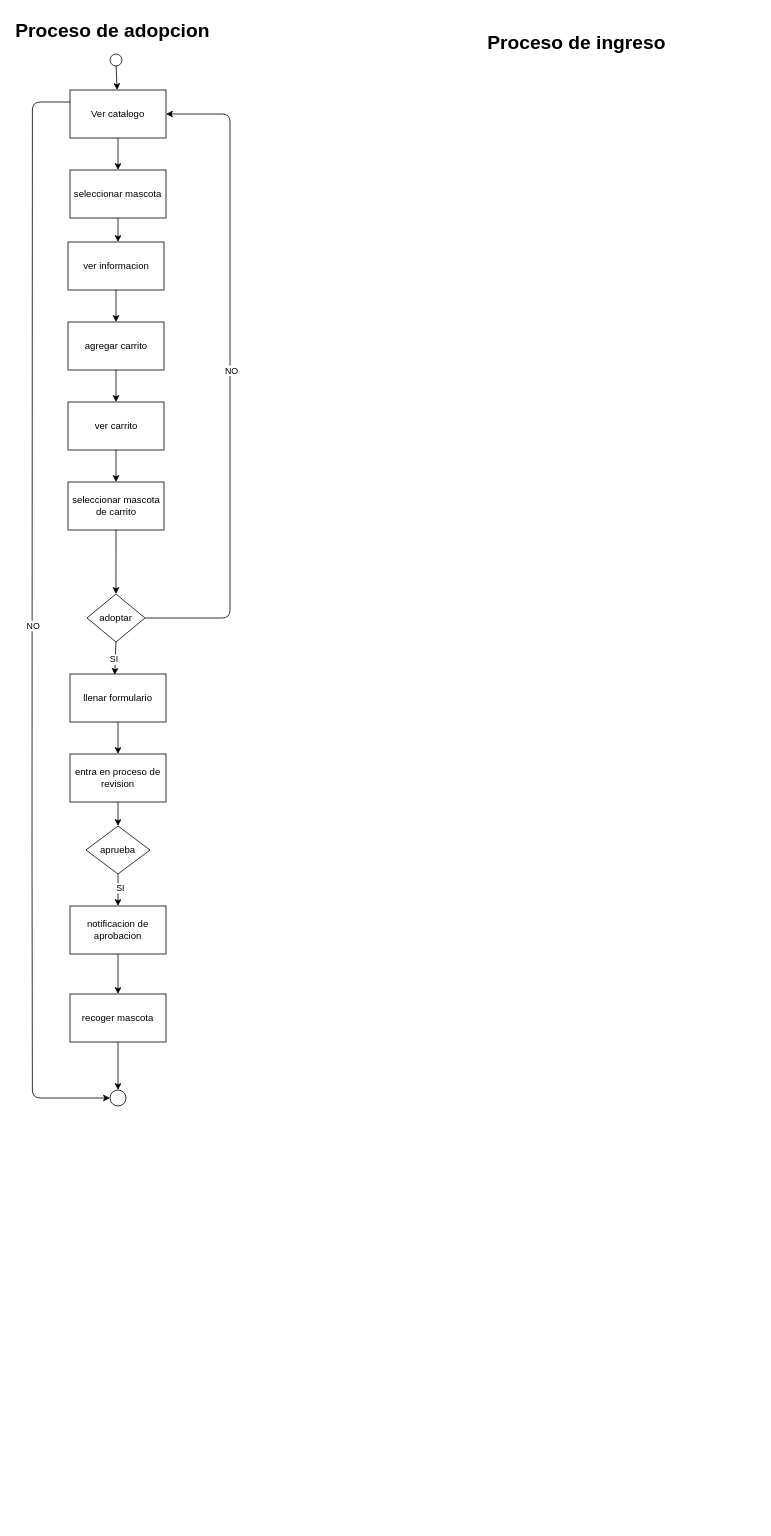
Earlier version of the draw.io diagram refugio-app/src/data/Diagram.drawio (Viktor1712/SegundoProyectoRequerimientosDeSoftware). Source tidied: cells renumbered, new cells numbered last; positions are measured from the earlier drawing's top-left corner, leaving out a move shared by most shapes. Both pictures are drawn from the tidied source at 80%, with x=0, y=0 at pixel (14, 14).
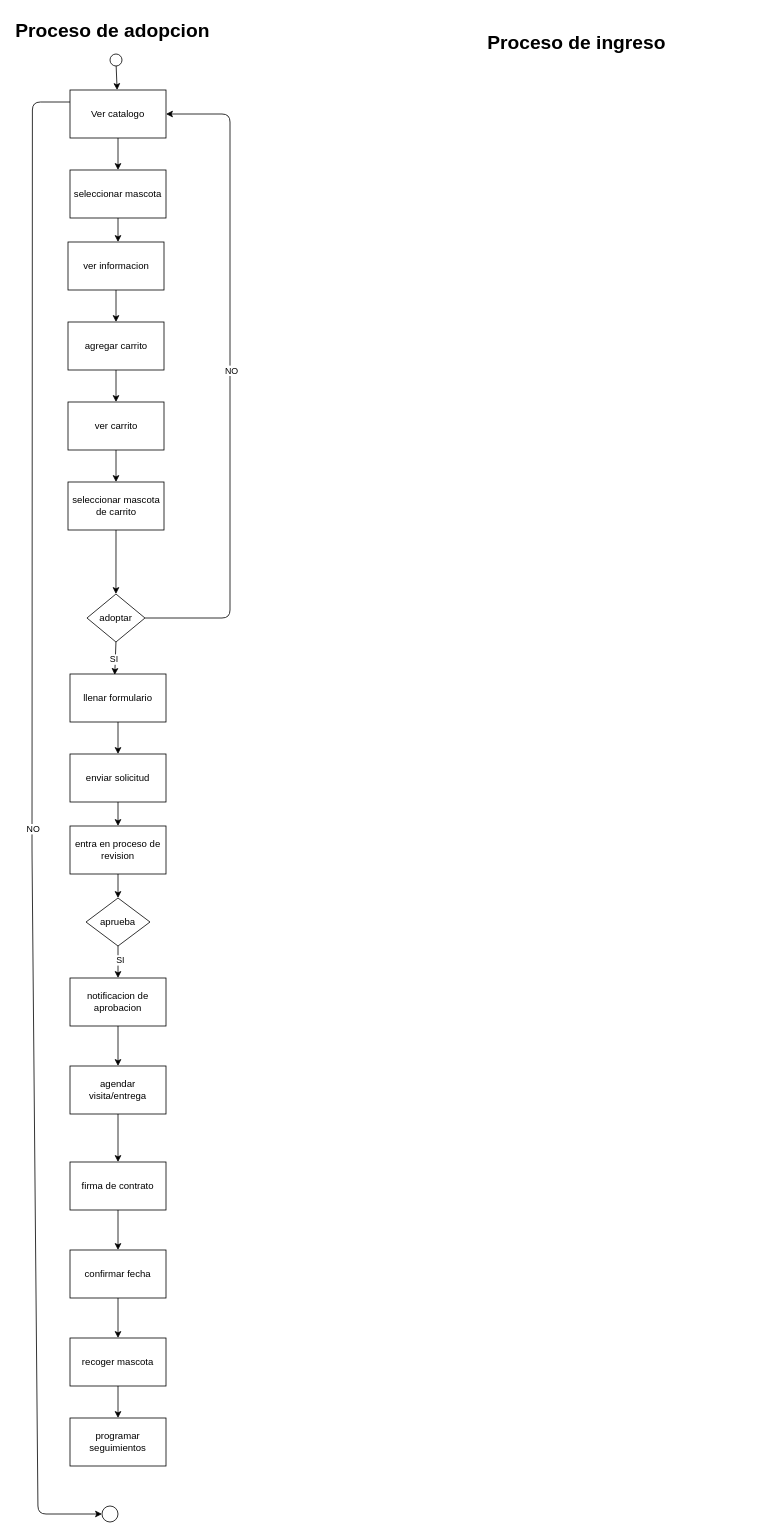
After the change.

Unchanged cells that the change refers to:
```xml
<mxCell id="7" value="Ver catalogo" style="rounded=0;whiteSpace=wrap;html=1;" parent="1" vertex="1">
  <mxGeometry x="70" y="95" width="120" height="60" as="geometry" />
</mxCell>
<mxCell id="13" value="llenar formulario" style="rounded=0;whiteSpace=wrap;html=1;" parent="1" vertex="1">
  <mxGeometry x="70" y="825" width="120" height="60" as="geometry" />
</mxCell>
```

Diff of the diagram source:
```diff
@@
-<mxGraphModel>
+<mxGraphModel background="#FFFFFF">
@@
-    <mxCell id="12" style="edgeStyle=none;html=1;entryX=0.5;entryY=0;entryDx=0;entryDy=0;" parent="1" edge="1" source="13" target="20">
-      <mxGeometry relative="1" as="geometry" />
-    </mxCell>
+    <mxCell id="37" style="edgeStyle=none;html=1;exitX=0.5;exitY=1;exitDx=0;exitDy=0;entryX=0.5;entryY=0;entryDx=0;entryDy=0;" parent="1" edge="1" source="13" target="41">
+      <mxGeometry relative="1" as="geometry" />
+    </mxCell>
@@
     <mxCell id="20" value="entra en proceso de revision" style="rounded=0;whiteSpace=wrap;html=1;" parent="1" vertex="1">
-      <mxGeometry x="70" y="925" width="120" height="60" as="geometry" />
+      <mxGeometry x="70" y="1015" width="120" height="60" as="geometry" />
     </mxCell>
@@
     <mxCell id="23" style="edgeStyle=none;html=1;exitX=0;exitY=0.25;exitDx=0;exitDy=0;entryX=0;entryY=0.5;entryDx=0;entryDy=0;" parent="1" edge="1" source="7" target="30">
       <mxGeometry relative="1" as="geometry">
         <Array as="points">
           <mxPoint x="23" y="110" />
           <mxPoint x="22.5" y="1045" />
-          <mxPoint x="23" y="1355" />
+          <mxPoint x="30" y="1875" />
         </Array>
       </mxGeometry>
     </mxCell>
@@
     <mxCell id="25" value="aprueba" style="rhombus;whiteSpace=wrap;html=1;" parent="1" vertex="1">
-      <mxGeometry x="90" y="1015" width="80" height="60" as="geometry" />
+      <mxGeometry x="90" y="1105" width="80" height="60" as="geometry" />
     </mxCell>
-    <mxCell id="26" style="edgeStyle=none;html=1;entryX=0.5;entryY=0;entryDx=0;entryDy=0;" parent="1" edge="1" source="27" target="29">
-      <mxGeometry relative="1" as="geometry" />
-    </mxCell>
+    <mxCell id="38" style="edgeStyle=none;html=1;entryX=0.5;entryY=0;entryDx=0;entryDy=0;" parent="1" edge="1" source="27" target="43">
+      <mxGeometry relative="1" as="geometry" />
+    </mxCell>
     <mxCell id="27" value="notificacion de aprobacion" style="rounded=0;whiteSpace=wrap;html=1;" parent="1" vertex="1">
-      <mxGeometry x="70" y="1115" width="120" height="60" as="geometry" />
+      <mxGeometry x="70" y="1205" width="120" height="60" as="geometry" />
     </mxCell>
-    <mxCell id="28" style="edgeStyle=none;html=1;exitX=0.5;exitY=1;exitDx=0;exitDy=0;entryX=0.5;entryY=0;entryDx=0;entryDy=0;" parent="1" edge="1" source="29" target="30">
-      <mxGeometry relative="1" as="geometry" />
-    </mxCell>
+    <mxCell id="39" style="edgeStyle=none;html=1;entryX=0.5;entryY=0;entryDx=0;entryDy=0;" parent="1" edge="1" source="29" target="48">
+      <mxGeometry relative="1" as="geometry" />
+    </mxCell>
     <mxCell id="29" value="recoger mascota" style="rounded=0;whiteSpace=wrap;html=1;" parent="1" vertex="1">
-      <mxGeometry x="70" y="1225" width="120" height="60" as="geometry" />
+      <mxGeometry x="70" y="1655" width="120" height="60" as="geometry" />
     </mxCell>
     <mxCell id="30" style="ellipse;whiteSpace=wrap;html=1;" parent="1" vertex="1">
-      <mxGeometry x="120" y="1345" width="20" height="20" as="geometry" />
+      <mxGeometry x="110" y="1865" width="20" height="20" as="geometry" />
     </mxCell>
@@
+    <mxCell id="40" style="edgeStyle=none;html=1;exitX=0.5;exitY=1;exitDx=0;exitDy=0;entryX=0.5;entryY=0;entryDx=0;entryDy=0;" parent="1" edge="1" source="41" target="20">
+      <mxGeometry relative="1" as="geometry" />
+    </mxCell>
+    <mxCell id="41" value="enviar solicitud" style="rounded=0;whiteSpace=wrap;html=1;" parent="1" vertex="1">
+      <mxGeometry x="70" y="925" width="120" height="60" as="geometry" />
+    </mxCell>
+    <mxCell id="42" style="edgeStyle=none;html=1;exitX=0.5;exitY=1;exitDx=0;exitDy=0;entryX=0.5;entryY=0;entryDx=0;entryDy=0;" parent="1" edge="1" source="43" target="45">
+      <mxGeometry relative="1" as="geometry" />
+    </mxCell>
+    <mxCell id="43" value="agendar visita/entrega" style="rounded=0;whiteSpace=wrap;html=1;" parent="1" vertex="1">
+      <mxGeometry x="70" y="1315" width="120" height="60" as="geometry" />
+    </mxCell>
+    <mxCell id="44" style="edgeStyle=none;html=1;exitX=0.5;exitY=1;exitDx=0;exitDy=0;entryX=0.5;entryY=0;entryDx=0;entryDy=0;" parent="1" edge="1" source="45" target="47">
+      <mxGeometry relative="1" as="geometry" />
+    </mxCell>
+    <mxCell id="45" value="firma de contrato" style="rounded=0;whiteSpace=wrap;html=1;" parent="1" vertex="1">
+      <mxGeometry x="70" y="1435" width="120" height="60" as="geometry" />
+    </mxCell>
+    <mxCell id="46" style="edgeStyle=none;html=1;exitX=0.5;exitY=1;exitDx=0;exitDy=0;entryX=0.5;entryY=0;entryDx=0;entryDy=0;" parent="1" edge="1" source="47" target="29">
+      <mxGeometry relative="1" as="geometry" />
+    </mxCell>
+    <mxCell id="47" value="confirmar fecha" style="rounded=0;whiteSpace=wrap;html=1;" parent="1" vertex="1">
+      <mxGeometry x="70" y="1545" width="120" height="60" as="geometry" />
+    </mxCell>
+    <mxCell id="48" value="programar seguimientos" style="rounded=0;whiteSpace=wrap;html=1;" parent="1" vertex="1">
+      <mxGeometry x="70" y="1755" width="120" height="60" as="geometry" />
+    </mxCell>
```
